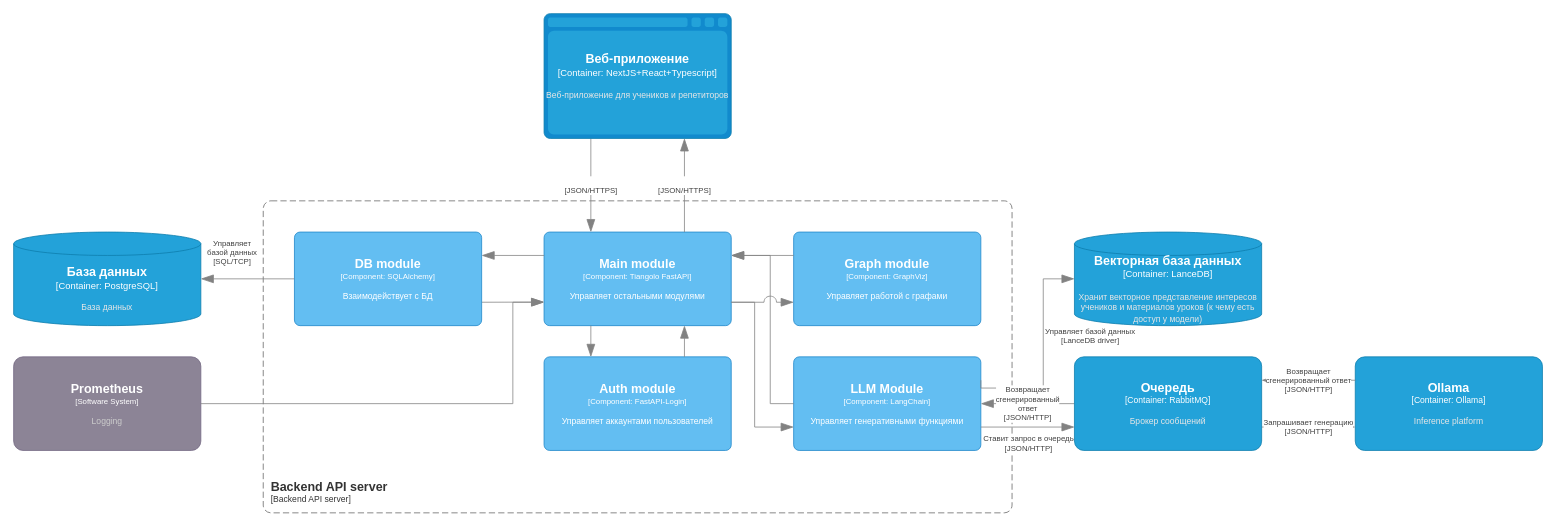
Before: page "Component" (3 of 3) of docs/assets/c4-diagram.drawio in vstu-sii/bachelor-2025-team-make-it-simple, a draw.io diagram. Source tidied: cells renumbered, new cells numbered last; positions are measured from the earlier drawing's top-left corner, leaving out a move shared by most shapes. Both pictures are drawn from the tidied source at 78%, with x=0, y=0 at pixel (13, 13).
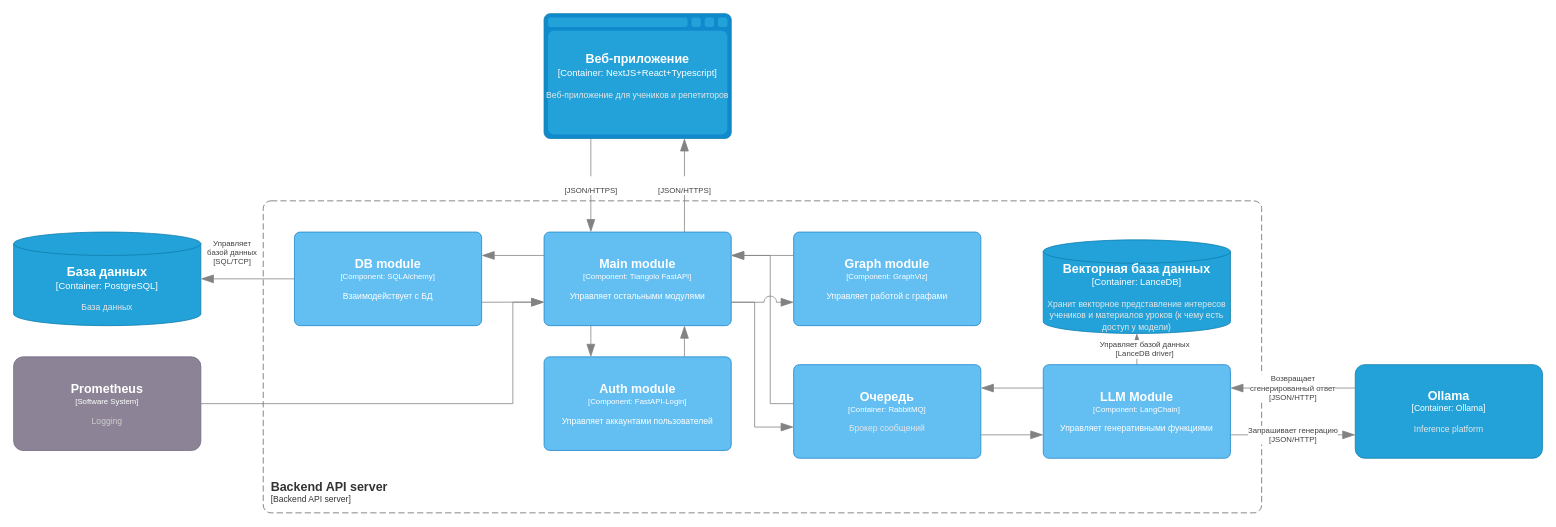
The same page after the edit.

Unchanged cells that the change refers to:
```xml
<object id="10" label="&lt;font style=&quot;font-size: 16px&quot;&gt;&lt;b&gt;%c4Name%&lt;/b&gt;&lt;/font&gt;&lt;div&gt;[%c4Type%: %c4Technology%]&lt;/div&gt;&lt;br&gt;&lt;div&gt;&lt;font style=&quot;font-size: 11px&quot;&gt;%c4Description%&lt;/font&gt;&lt;/div&gt;" c4Description="Управляет остальными модулями" c4Name="Main module" c4Technology="Tiangolo FastAPI" c4Type="Component" placeholders="1">
  <mxCell style="rounded=1;whiteSpace=wrap;html=1;labelBackgroundColor=none;fillColor=#63BEF2;fontColor=#ffffff;align=center;arcSize=6;strokeColor=#2086C9;points=[[0.25,0,0],[0.5,0,0],[0.75,0,0],[1,0.25,0],[1,0.5,0],[1,0.75,0],[0.75,1,0],[0.5,1,0],[0.25,1,0],[0,0.75,0],[0,0.5,0],[0,0.25,0]];fontFamily=Helvetica;fontSize=10;" parent="1" vertex="1">
    <mxGeometry x="680" y="280" width="240" height="120" as="geometry" />
  </mxCell>
</object>
```

Change to the diagram source:
```diff
@@
     <object id="2" label="&lt;font style=&quot;font-size: 16px&quot;&gt;&lt;b&gt;&lt;div style=&quot;text-align: left&quot;&gt;%c4Name%&lt;/div&gt;&lt;/b&gt;&lt;/font&gt;&lt;div style=&quot;text-align: left&quot;&gt;[%c4Application%]&lt;/div&gt;" c4Application="Backend API server" c4Name="Backend API server" placeholders="1">
       <mxCell style="rounded=1;fontSize=11;whiteSpace=wrap;html=1;dashed=1;arcSize=20;fillColor=none;strokeColor=#666666;fontColor=#333333;labelBackgroundColor=none;align=left;verticalAlign=bottom;labelBorderColor=none;spacingTop=0;spacing=10;dashPattern=8 4;perimeter=rectanglePerimeter;noLabel=0;labelPadding=0;absoluteArcSize=1;fontFamily=Helvetica;" parent="1" vertex="1">
-        <mxGeometry x="320" y="240" width="960" height="400" as="geometry" />
+        <mxGeometry x="320" y="240" width="1280" height="400" as="geometry" />
       </mxCell>
     </object>
@@
     <object id="5" label="&lt;font style=&quot;font-size: 16px&quot;&gt;&lt;b&gt;%c4Name%&lt;/b&gt;&lt;/font&gt;&lt;div&gt;[%c4Type%:&amp;nbsp;%c4Technology%]&lt;/div&gt;&lt;br&gt;&lt;div&gt;&lt;font style=&quot;font-size: 11px&quot;&gt;&lt;font color=&quot;#E6E6E6&quot;&gt;%c4Description%&lt;/font&gt;&lt;/div&gt;" c4Description="Хранит векторное представление интересов учеников и материалов уроков (к чему есть доступ у модели)" c4Name="Векторная база данных" c4Technology="LanceDB" c4Type="Container" placeholders="1">
       <mxCell style="shape=cylinder3;size=15;whiteSpace=wrap;html=1;boundedLbl=1;rounded=0;labelBackgroundColor=none;fillColor=#23A2D9;fontSize=12;fontColor=#ffffff;align=center;strokeColor=#0E7DAD;points=[[0.5,0,0],[1,0.25,0],[1,0.5,0],[1,0.75,0],[0.5,1,0],[0,0.75,0],[0,0.5,0],[0,0.25,0]];fontFamily=Helvetica;" parent="1" vertex="1">
-        <mxGeometry x="1360" y="280" width="240" height="120" as="geometry" />
+        <mxGeometry x="1320" y="290" width="240" height="120" as="geometry" />
       </mxCell>
     </object>
     <object id="6" label="&lt;font style=&quot;font-size: 16px&quot;&gt;&lt;b&gt;%c4Name%&lt;/b&gt;&lt;/font&gt;&lt;div&gt;[%c4Type%: %c4Technology%]&lt;/div&gt;&lt;br&gt;&lt;div&gt;&lt;font style=&quot;font-size: 11px&quot;&gt;&lt;font color=&quot;#E6E6E6&quot;&gt;%c4Description%&lt;/font&gt;&lt;/div&gt;" c4Description="Inference platform" c4Name="Ollama" c4Technology="Ollama" c4Type="Container" placeholders="1">
       <mxCell style="rounded=1;whiteSpace=wrap;html=1;fontSize=11;labelBackgroundColor=none;fillColor=#23A2D9;fontColor=#ffffff;align=center;arcSize=10;strokeColor=#0E7DAD;points=[[0.25,0,0],[0.5,0,0],[0.75,0,0],[1,0.25,0],[1,0.5,0],[1,0.75,0],[0.75,1,0],[0.5,1,0],[0.25,1,0],[0,0.75,0],[0,0.5,0],[0,0.25,0]];fontFamily=Helvetica;" parent="1" vertex="1">
-        <mxGeometry x="1720" y="440" width="240" height="120" as="geometry" />
+        <mxGeometry x="1720" y="450" width="240" height="120" as="geometry" />
       </mxCell>
     </object>
-    <object id="7" label="&lt;font style=&quot;font-size: 16px&quot;&gt;&lt;b&gt;%c4Name%&lt;/b&gt;&lt;/font&gt;&lt;div&gt;[%c4Type%: %c4Technology%]&lt;/div&gt;&lt;br&gt;&lt;div&gt;&lt;font style=&quot;font-size: 11px&quot;&gt;%c4Description%&lt;/font&gt;&lt;/div&gt;" c4Description="Управляет генеративными функциями" c4Name="LLM Module" c4Technology="LangChain" c4Type="Component" placeholders="1">
-      <mxCell style="rounded=1;whiteSpace=wrap;html=1;labelBackgroundColor=none;fillColor=#63BEF2;fontColor=#ffffff;align=center;arcSize=6;strokeColor=#2086C9;points=[[0.25,0,0],[0.5,0,0],[0.75,0,0],[1,0.25,0],[1,0.5,0],[1,0.75,0],[0.75,1,0],[0.5,1,0],[0.25,1,0],[0,0.75,0],[0,0.5,0],[0,0.25,0]];fontFamily=Helvetica;fontSize=10;" parent="1" vertex="1">
-        <mxGeometry x="1000" y="440" width="240" height="120" as="geometry" />
-      </mxCell>
-    </object>
-    <mxCell id="8" value="Управляет базой данных&lt;br&gt;[LanceDB driver]" style="edgeStyle=orthogonalEdgeStyle;shape=connector;rounded=0;jumpStyle=arc;jumpSize=16;jettySize=auto;html=1;exitX=1;exitY=0.25;exitDx=0;exitDy=0;exitPerimeter=0;entryX=0;entryY=0.5;entryDx=0;entryDy=0;entryPerimeter=0;strokeColor=#828282;strokeWidth=1;align=center;verticalAlign=middle;fontFamily=Helvetica;fontSize=10;fontColor=#404040;labelBackgroundColor=default;elbow=vertical;startSize=14;endArrow=blockThin;endFill=1;endSize=14;" parent="1" edge="1" source="7" target="5">
-      <mxGeometry x="0.16" y="-60" relative="1" as="geometry">
+    <mxCell id="8" value="Управляет базой данных&lt;br&gt;[LanceDB driver]" style="edgeStyle=orthogonalEdgeStyle;shape=connector;rounded=0;jumpStyle=arc;jumpSize=16;jettySize=auto;html=1;exitX=0.5;exitY=0;exitDx=0;exitDy=0;exitPerimeter=0;entryX=0.5;entryY=1;entryDx=0;entryDy=0;entryPerimeter=0;strokeColor=#828282;strokeWidth=1;align=center;verticalAlign=middle;fontFamily=Helvetica;fontSize=10;fontColor=#404040;labelBackgroundColor=default;elbow=vertical;startSize=14;endArrow=blockThin;endFill=1;endSize=14;" parent="1" edge="1" source="7" target="5">
+      <mxGeometry y="-10" relative="1" as="geometry">
         <Array as="points">
-          <mxPoint x="1240" y="480" />
-          <mxPoint x="1320" y="480" />
-          <mxPoint x="1320" y="340" />
+          <mxPoint x="1440" y="420" />
+          <mxPoint x="1440" y="420" />
         </Array>
       </mxGeometry>
     </mxCell>
@@
-    <mxCell id="14" style="edgeStyle=orthogonalEdgeStyle;shape=connector;rounded=0;jumpStyle=arc;jumpSize=16;jettySize=auto;html=1;exitX=1;exitY=0.75;exitDx=0;exitDy=0;exitPerimeter=0;entryX=0;entryY=0.75;entryDx=0;entryDy=0;entryPerimeter=0;strokeColor=#828282;strokeWidth=1;align=center;verticalAlign=middle;fontFamily=Helvetica;fontSize=10;fontColor=#404040;labelBackgroundColor=default;elbow=vertical;startSize=14;endArrow=blockThin;endFill=1;endSize=14;" parent="1" edge="1" source="10" target="7">
+    <mxCell id="14" style="edgeStyle=orthogonalEdgeStyle;shape=connector;rounded=0;jumpStyle=arc;jumpSize=16;jettySize=auto;html=1;exitX=1;exitY=0.75;exitDx=0;exitDy=0;exitPerimeter=0;entryX=0;entryY=0.75;entryDx=0;entryDy=0;entryPerimeter=0;strokeColor=#828282;strokeWidth=1;align=center;verticalAlign=middle;fontFamily=Helvetica;fontSize=10;fontColor=#404040;labelBackgroundColor=default;elbow=vertical;startSize=14;endArrow=blockThin;endFill=1;endSize=14;" parent="1" edge="1" source="10">
       <mxGeometry relative="1" as="geometry">
+        <mxPoint x="1000" y="530" as="targetPoint" />
         <Array as="points">
           <mxPoint x="950" y="370" />
           <mxPoint x="950" y="530" />
         </Array>
       </mxGeometry>
     </mxCell>
@@
-    <mxCell id="17" style="edgeStyle=orthogonalEdgeStyle;shape=connector;rounded=0;jumpStyle=arc;jumpSize=16;jettySize=auto;html=1;exitX=0;exitY=0.5;exitDx=0;exitDy=0;exitPerimeter=0;entryX=1;entryY=0.25;entryDx=0;entryDy=0;entryPerimeter=0;strokeColor=#828282;strokeWidth=1;align=center;verticalAlign=middle;fontFamily=Helvetica;fontSize=10;fontColor=#404040;labelBackgroundColor=default;elbow=vertical;startSize=14;endArrow=blockThin;endFill=1;endSize=14;" parent="1" edge="1" source="7" target="10">
+    <mxCell id="17" style="edgeStyle=orthogonalEdgeStyle;shape=connector;rounded=0;jumpStyle=arc;jumpSize=16;jettySize=auto;html=1;exitX=0;exitY=0.5;exitDx=0;exitDy=0;exitPerimeter=0;entryX=1;entryY=0.25;entryDx=0;entryDy=0;entryPerimeter=0;strokeColor=#828282;strokeWidth=1;align=center;verticalAlign=middle;fontFamily=Helvetica;fontSize=10;fontColor=#404040;labelBackgroundColor=default;elbow=vertical;startSize=14;endArrow=blockThin;endFill=1;endSize=14;" parent="1" edge="1" target="10">
       <mxGeometry relative="1" as="geometry">
+        <mxPoint x="1000" y="500" as="sourcePoint" />
         <Array as="points">
           <mxPoint x="970" y="500" />
           <mxPoint x="970" y="310" />
         </Array>
       </mxGeometry>
     </mxCell>
@@
-    <mxCell id="26" value="Запрашивает генерацию&lt;br&gt;[JSON/HTTP]" style="edgeStyle=orthogonalEdgeStyle;shape=connector;rounded=0;jumpStyle=arc;jumpSize=16;jettySize=auto;html=1;entryX=0;entryY=0.75;entryDx=0;entryDy=0;entryPerimeter=0;strokeColor=#828282;strokeWidth=1;align=center;verticalAlign=middle;fontFamily=Helvetica;fontSize=10;fontColor=#404040;labelBackgroundColor=default;elbow=vertical;startSize=14;endArrow=blockThin;endFill=1;endSize=14;exitX=1;exitY=0.75;exitDx=0;exitDy=0;exitPerimeter=0;" parent="1" edge="1" source="31" target="6">
+    <mxCell id="26" value="Запрашивает генерацию&lt;br&gt;[JSON/HTTP]" style="edgeStyle=orthogonalEdgeStyle;shape=connector;rounded=0;jumpStyle=arc;jumpSize=16;jettySize=auto;html=1;entryX=0;entryY=0.75;entryDx=0;entryDy=0;entryPerimeter=0;strokeColor=#828282;strokeWidth=1;align=center;verticalAlign=middle;fontFamily=Helvetica;fontSize=10;fontColor=#404040;labelBackgroundColor=default;elbow=vertical;startSize=14;endArrow=blockThin;endFill=1;endSize=14;exitX=1;exitY=0.75;exitDx=0;exitDy=0;exitPerimeter=0;" parent="1" edge="1" source="7" target="6">
       <mxGeometry relative="1" as="geometry" />
     </mxCell>
-    <mxCell id="27" value="&lt;div&gt;Возвращает&lt;/div&gt;&lt;div&gt;сгенерированный ответ&lt;/div&gt;[JSON/HTTP]" style="edgeStyle=orthogonalEdgeStyle;shape=connector;rounded=0;jumpStyle=arc;jumpSize=16;jettySize=auto;html=1;exitX=0;exitY=0.25;exitDx=0;exitDy=0;exitPerimeter=0;entryX=1;entryY=0.25;entryDx=0;entryDy=0;entryPerimeter=0;strokeColor=#828282;strokeWidth=1;align=center;verticalAlign=middle;fontFamily=Helvetica;fontSize=10;fontColor=#404040;labelBackgroundColor=default;elbow=vertical;startSize=14;endArrow=blockThin;endFill=1;endSize=14;" parent="1" edge="1" source="6" target="31">
+    <mxCell id="27" value="&lt;div&gt;Возвращает&lt;/div&gt;&lt;div&gt;сгенерированный ответ&lt;/div&gt;[JSON/HTTP]" style="edgeStyle=orthogonalEdgeStyle;shape=connector;rounded=0;jumpStyle=arc;jumpSize=16;jettySize=auto;html=1;exitX=0;exitY=0.25;exitDx=0;exitDy=0;exitPerimeter=0;entryX=1;entryY=0.25;entryDx=0;entryDy=0;entryPerimeter=0;strokeColor=#828282;strokeWidth=1;align=center;verticalAlign=middle;fontFamily=Helvetica;fontSize=10;fontColor=#404040;labelBackgroundColor=default;elbow=vertical;startSize=14;endArrow=blockThin;endFill=1;endSize=14;" parent="1" edge="1" source="6" target="7">
       <mxGeometry relative="1" as="geometry" />
     </mxCell>
-    <mxCell id="28" style="edgeStyle=orthogonalEdgeStyle;shape=connector;rounded=0;jumpStyle=arc;jumpSize=16;jettySize=auto;html=1;exitX=1;exitY=0.75;exitDx=0;exitDy=0;exitPerimeter=0;entryX=0;entryY=0.75;entryDx=0;entryDy=0;entryPerimeter=0;strokeColor=#828282;strokeWidth=1;align=center;verticalAlign=middle;fontFamily=Helvetica;fontSize=10;fontColor=#404040;labelBackgroundColor=default;elbow=vertical;startSize=14;endArrow=blockThin;endFill=1;endSize=14;" parent="1" edge="1" source="7" target="31">
+    <mxCell id="28" style="edgeStyle=orthogonalEdgeStyle;shape=connector;rounded=0;jumpStyle=arc;jumpSize=16;jettySize=auto;html=1;exitX=1;exitY=0.75;exitDx=0;exitDy=0;exitPerimeter=0;entryX=0;entryY=0.75;entryDx=0;entryDy=0;entryPerimeter=0;strokeColor=#828282;strokeWidth=1;align=center;verticalAlign=middle;fontFamily=Helvetica;fontSize=10;fontColor=#404040;labelBackgroundColor=default;elbow=vertical;startSize=14;endArrow=blockThin;endFill=1;endSize=14;" parent="1" edge="1" source="31" target="7">
       <mxGeometry relative="1" as="geometry" />
     </mxCell>
-    <mxCell id="29" value="&lt;div&gt;Ставит запрос в очередь&lt;/div&gt;&lt;div&gt;[JSON/HTTP]&lt;/div&gt;" style="edgeLabel;html=1;align=center;verticalAlign=middle;fontFamily=Helvetica;fontSize=10;fontColor=#404040;labelBackgroundColor=default;" parent="28" vertex="1">
-      <mxGeometry x="-0.19" y="3" relative="1" as="geometry">
-        <mxPoint x="11" y="23" as="offset" />
-      </mxGeometry>
-    </mxCell>
-    <mxCell id="30" value="Возвращает&lt;br&gt;сгенерированный&lt;br&gt;ответ&lt;br&gt;[JSON/HTTP]" style="edgeStyle=orthogonalEdgeStyle;shape=connector;rounded=0;jumpStyle=arc;jumpSize=16;jettySize=auto;html=1;exitX=0;exitY=0.5;exitDx=0;exitDy=0;exitPerimeter=0;entryX=1;entryY=0.5;entryDx=0;entryDy=0;entryPerimeter=0;strokeColor=#828282;strokeWidth=1;align=center;verticalAlign=middle;fontFamily=Helvetica;fontSize=10;fontColor=#404040;labelBackgroundColor=default;elbow=vertical;startSize=14;endArrow=blockThin;endFill=1;endSize=14;" parent="1" edge="1" source="31" target="7">
-      <mxGeometry relative="1" as="geometry" />
+    <mxCell id="30" style="edgeStyle=orthogonalEdgeStyle;shape=connector;rounded=0;jumpStyle=arc;jumpSize=16;jettySize=auto;html=1;exitX=0;exitY=0.25;exitDx=0;exitDy=0;exitPerimeter=0;entryX=1;entryY=0.25;entryDx=0;entryDy=0;entryPerimeter=0;strokeColor=#828282;strokeWidth=1;align=center;verticalAlign=middle;fontFamily=Helvetica;fontSize=10;fontColor=#404040;labelBackgroundColor=default;elbow=vertical;startSize=14;endArrow=blockThin;endFill=1;endSize=14;" parent="1" edge="1" source="7" target="31">
+      <mxGeometry x="0.11" y="10" relative="1" as="geometry" />
     </mxCell>
     <object id="31" label="&lt;font style=&quot;font-size: 16px&quot;&gt;&lt;b&gt;%c4Name%&lt;/b&gt;&lt;/font&gt;&lt;div&gt;[%c4Type%: %c4Technology%]&lt;/div&gt;&lt;br&gt;&lt;div&gt;&lt;font style=&quot;font-size: 11px&quot;&gt;&lt;font color=&quot;#E6E6E6&quot;&gt;%c4Description%&lt;/font&gt;&lt;/div&gt;" c4Description="Брокер сообщений" c4Name="Очередь" c4Technology="RabbitMQ" c4Type="Container" placeholders="1">
-      <mxCell style="rounded=1;whiteSpace=wrap;html=1;fontSize=11;labelBackgroundColor=none;fillColor=#23A2D9;fontColor=#ffffff;align=center;arcSize=10;strokeColor=#0E7DAD;points=[[0.25,0,0],[0.5,0,0],[0.75,0,0],[1,0.25,0],[1,0.5,0],[1,0.75,0],[0.75,1,0],[0.5,1,0],[0.25,1,0],[0,0.75,0],[0,0.5,0],[0,0.25,0]];fontFamily=Helvetica;" parent="1" vertex="1">
-        <mxGeometry x="1360" y="440" width="240" height="120" as="geometry" />
+      <mxCell style="rounded=1;whiteSpace=wrap;html=1;fontSize=10;labelBackgroundColor=none;fillColor=#63BEF2;fontColor=#ffffff;align=center;arcSize=6;strokeColor=#2086C9;points=[[0.25,0,0],[0.5,0,0],[0.75,0,0],[1,0.25,0],[1,0.5,0],[1,0.75,0],[0.75,1,0],[0.5,1,0],[0.25,1,0],[0,0.75,0],[0,0.5,0],[0,0.25,0]];fontFamily=Helvetica;verticalAlign=middle;" parent="1" vertex="1">
+        <mxGeometry x="1000" y="450" width="240" height="120" as="geometry" />
       </mxCell>
     </object>
+    <object id="7" label="&lt;font style=&quot;font-size: 16px&quot;&gt;&lt;b&gt;%c4Name%&lt;/b&gt;&lt;/font&gt;&lt;div&gt;[%c4Type%: %c4Technology%]&lt;/div&gt;&lt;br&gt;&lt;div&gt;&lt;font style=&quot;font-size: 11px&quot;&gt;%c4Description%&lt;/font&gt;&lt;/div&gt;" c4Description="Управляет генеративными функциями" c4Name="LLM Module" c4Technology="LangChain" c4Type="Component" placeholders="1">
+      <mxCell style="rounded=1;whiteSpace=wrap;html=1;labelBackgroundColor=none;fillColor=#63BEF2;fontColor=#ffffff;align=center;arcSize=6;strokeColor=#2086C9;points=[[0.25,0,0],[0.5,0,0],[0.75,0,0],[1,0.25,0],[1,0.5,0],[1,0.75,0],[0.75,1,0],[0.5,1,0],[0.25,1,0],[0,0.75,0],[0,0.5,0],[0,0.25,0]];fontFamily=Helvetica;fontSize=10;" parent="1" vertex="1">
+        <mxGeometry x="1320" y="450" width="240" height="120" as="geometry" />
+      </mxCell>
+    </object>
```
